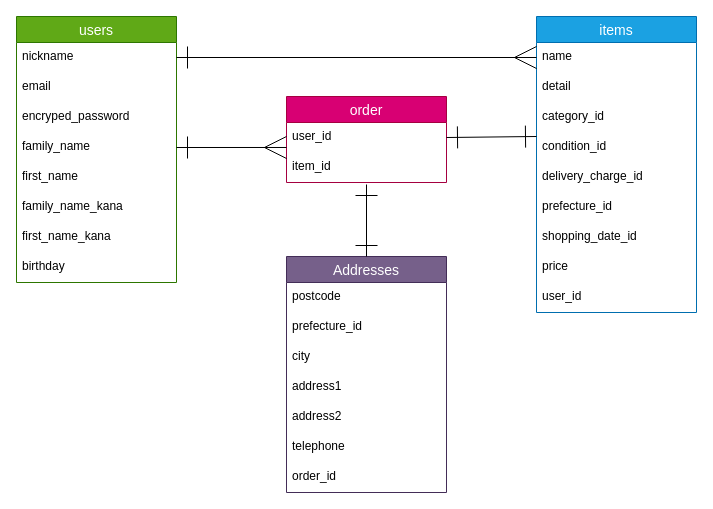
Before: er.dio in mocchirihamu/furima-39052, a draw.io diagram. Source tidied: cells renumbered, new cells numbered last; positions are measured from the earlier drawing's top-left corner, leaving out a move shared by most shapes. Both pictures are drawn from the tidied source at 100%, with x=0, y=0 at pixel (16, 16).
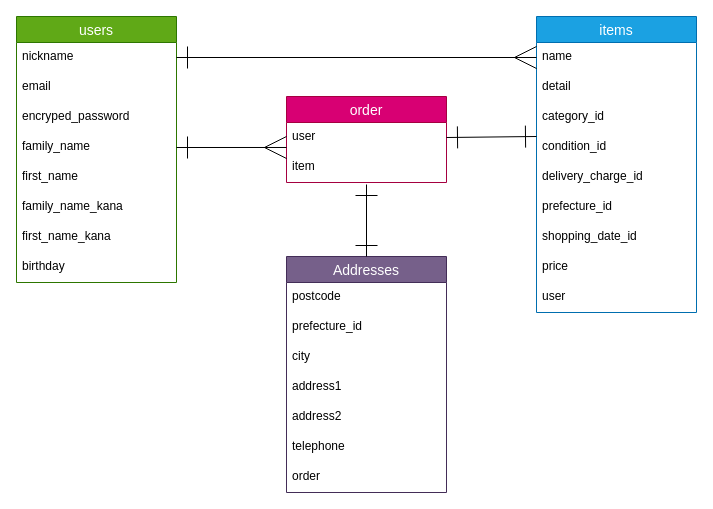
After the change.

Commit message (it also covers changes not shown here):
データベース設計・修正後2

The change refers to these unchanged cells:
```xml
<mxCell id="11" value="items" style="swimlane;fontStyle=0;horizontal=1;startSize=26;align=center;fontSize=14;fillColor=#1ba1e2;fontColor=#ffffff;strokeColor=#006EAF;" parent="1" vertex="1">
  <mxGeometry x="520" width="160" height="296" as="geometry" />
</mxCell>
<mxCell id="21" value="order" style="swimlane;fontStyle=0;horizontal=1;startSize=26;align=center;fontSize=14;fillColor=#d80073;fontColor=#ffffff;strokeColor=#A50040;" parent="1" vertex="1">
  <mxGeometry x="270" y="80" width="160" height="86" as="geometry" />
</mxCell>
<mxCell id="24" value="Addresses" style="swimlane;fontStyle=0;horizontal=1;startSize=26;align=center;fontSize=14;fillColor=#76608a;fontColor=#ffffff;strokeColor=#432D57;" parent="1" vertex="1">
  <mxGeometry x="270" y="240" width="160" height="236" as="geometry" />
</mxCell>
```

The edit, as a diff of the source:
```diff
@@
-    <mxCell id="20" value="user_id" style="text;strokeColor=none;fillColor=none;spacingLeft=4;spacingRight=4;overflow=hidden;fontSize=12;" parent="11" vertex="1">
+    <mxCell id="20" value="user" style="text;strokeColor=none;fillColor=none;spacingLeft=4;spacingRight=4;overflow=hidden;fontSize=12;" parent="11" vertex="1">
       <mxGeometry y="266" width="160" height="30" as="geometry" />
     </mxCell>
@@
-    <mxCell id="22" value="user_id&#10;" style="text;strokeColor=none;fillColor=none;spacingLeft=4;spacingRight=4;overflow=hidden;points=[[0,0.5],[1,0.5]];portConstraint=eastwest;fontSize=12;" parent="21" vertex="1">
+    <mxCell id="22" value="user&#10;" style="text;strokeColor=none;fillColor=none;spacingLeft=4;spacingRight=4;overflow=hidden;points=[[0,0.5],[1,0.5]];portConstraint=eastwest;fontSize=12;" parent="21" vertex="1">
       <mxGeometry y="26" width="160" height="30" as="geometry" />
     </mxCell>
-    <mxCell id="23" value="item_id" style="text;strokeColor=none;fillColor=none;spacingLeft=4;spacingRight=4;overflow=hidden;points=[[0,0.5],[1,0.5]];portConstraint=eastwest;fontSize=12;" parent="21" vertex="1">
+    <mxCell id="23" value="item" style="text;strokeColor=none;fillColor=none;spacingLeft=4;spacingRight=4;overflow=hidden;points=[[0,0.5],[1,0.5]];portConstraint=eastwest;fontSize=12;" parent="21" vertex="1">
       <mxGeometry y="56" width="160" height="30" as="geometry" />
     </mxCell>
@@
-    <mxCell id="31" value="order_id" style="text;strokeColor=none;fillColor=none;spacingLeft=4;spacingRight=4;overflow=hidden;fontSize=12;" parent="24" vertex="1">
+    <mxCell id="31" value="order" style="text;strokeColor=none;fillColor=none;spacingLeft=4;spacingRight=4;overflow=hidden;fontSize=12;" parent="24" vertex="1">
       <mxGeometry y="206" width="160" height="30" as="geometry" />
     </mxCell>
```
